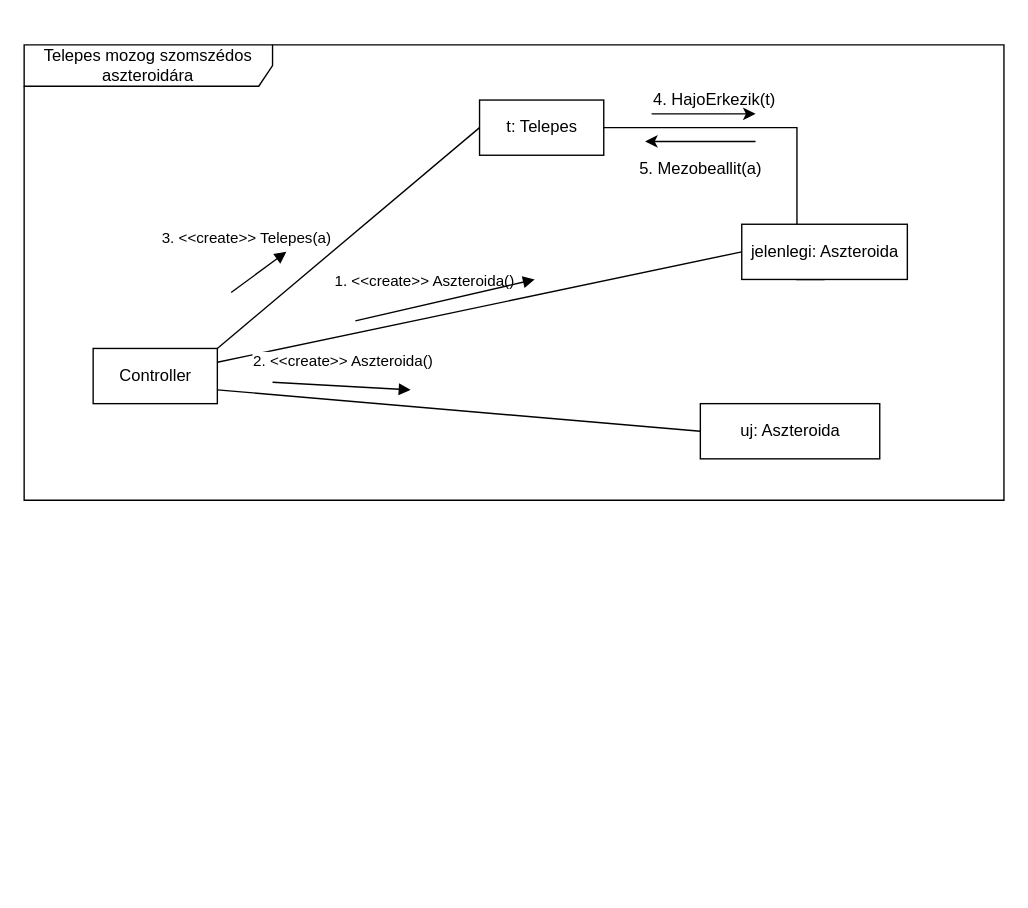
This is doc/kommunikacio/kom_TelepesMozog.drawio from torpeBoiGo/aszteroidabanyaszat, a draw.io file, before an edit. Source tidied: cells renumbered, new cells numbered last; positions are measured from the earlier drawing's top-left corner, leaving out a move shared by most shapes. Both pictures are drawn from the tidied source at 138%, with x=0, y=0 at pixel (23, 44).
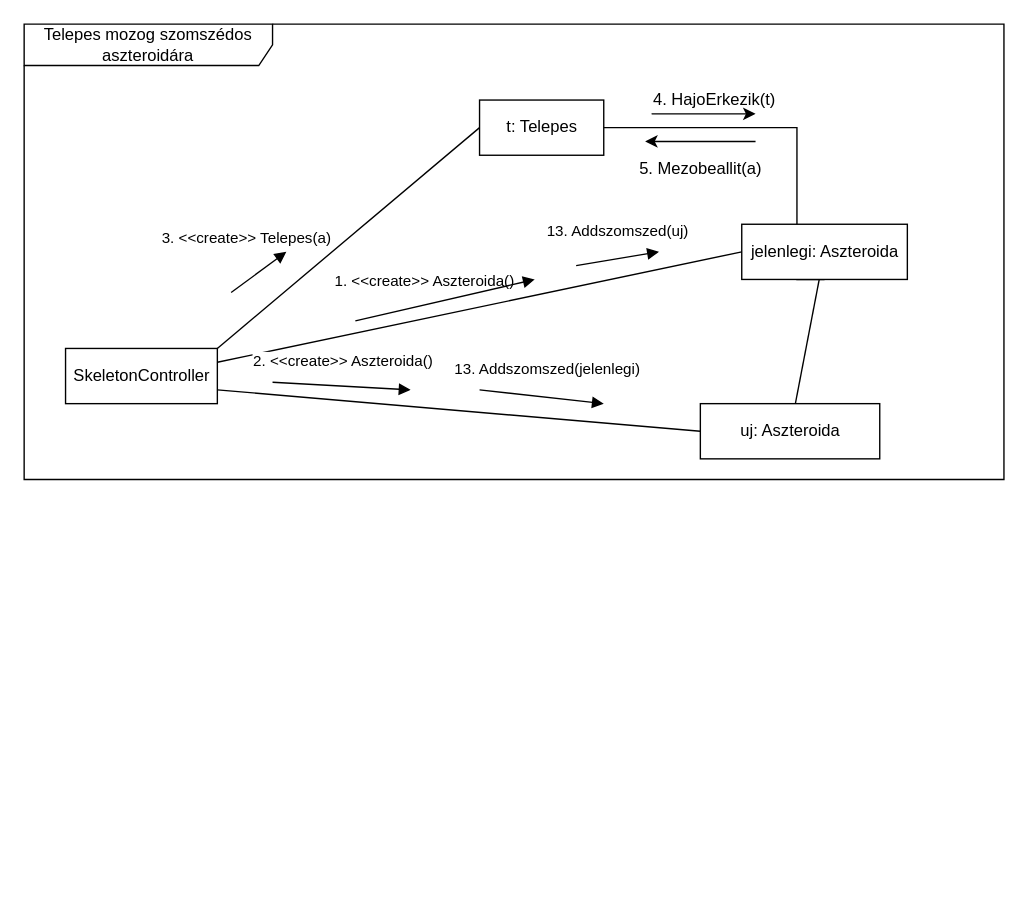
Above is the later version.

Commit message:
addszomszed, plusz vonal

The change refers to these unchanged cells:
```xml
<mxCell id="5" value="jelenlegi: Aszteroida" style="html=1;" parent="1" vertex="1">
  <mxGeometry x="520" y="130" width="120" height="40" as="geometry" />
</mxCell>
<mxCell id="6" value="uj: Aszteroida" style="html=1;" parent="1" vertex="1">
  <mxGeometry x="490" y="260" width="130" height="40" as="geometry" />
</mxCell>
```

Change to the diagram source:
```diff
@@
     <mxCell id="2" value="Telepes mozog szomszédos aszteroidára" style="shape=umlFrame;whiteSpace=wrap;html=1;width=180;height=30;" parent="1" vertex="1">
-      <mxGeometry width="710" height="330" as="geometry" />
+      <mxGeometry y="-15" width="710" height="330" as="geometry" />
     </mxCell>
@@
-    <mxCell id="7" value="Controller" style="html=1;" parent="1" vertex="1">
-      <mxGeometry x="50" y="220" width="90" height="40" as="geometry" />
+    <mxCell id="7" value="SkeletonController" style="html=1;" parent="1" vertex="1">
+      <mxGeometry x="30" y="220" width="110" height="40" as="geometry" />
     </mxCell>
@@
+    <mxCell id="20" value="13. Addszomszed(uj)" style="html=1;verticalAlign=bottom;endArrow=block;" parent="1" edge="1">
+      <mxGeometry x="0.06" y="11" relative="1" as="geometry">
+        <mxPoint x="400" y="160" as="sourcePoint" />
+        <mxPoint x="460" y="150" as="targetPoint" />
+      </mxGeometry>
+    </mxCell>
+    <mxCell id="21" value="13. Addszomszed(jelenlegi)" style="html=1;verticalAlign=bottom;endArrow=block;" parent="1" edge="1">
+      <mxGeometry x="0.06" y="11" relative="1" as="geometry">
+        <mxPoint x="330" y="250" as="sourcePoint" />
+        <mxPoint x="420" y="260" as="targetPoint" />
+      </mxGeometry>
+    </mxCell>
+    <mxCell id="22" style="endArrow=none;html=1;" parent="1" edge="1" source="6" target="5">
+      <mxGeometry relative="1" as="geometry" />
+    </mxCell>
```
